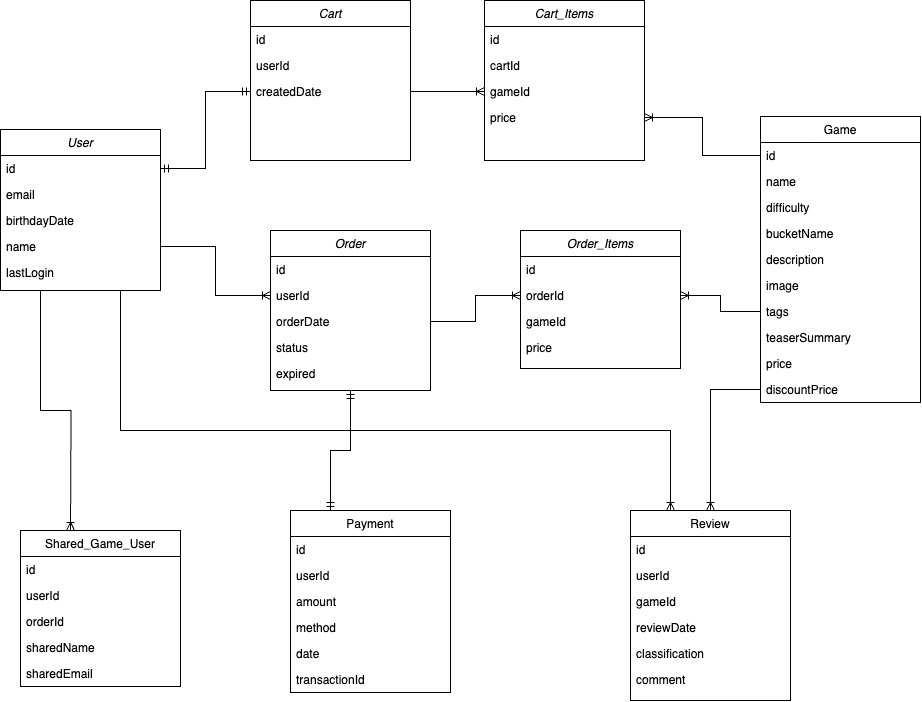
Before: main_db.drawio.png, a diagram exported from draw.io (tomasferreiradesa/desarquivados-platform-db-schema). Source tidied: cells renumbered, new cells last; positions are measured from the earlier drawing's top-left corner, leaving out a move shared by most shapes.
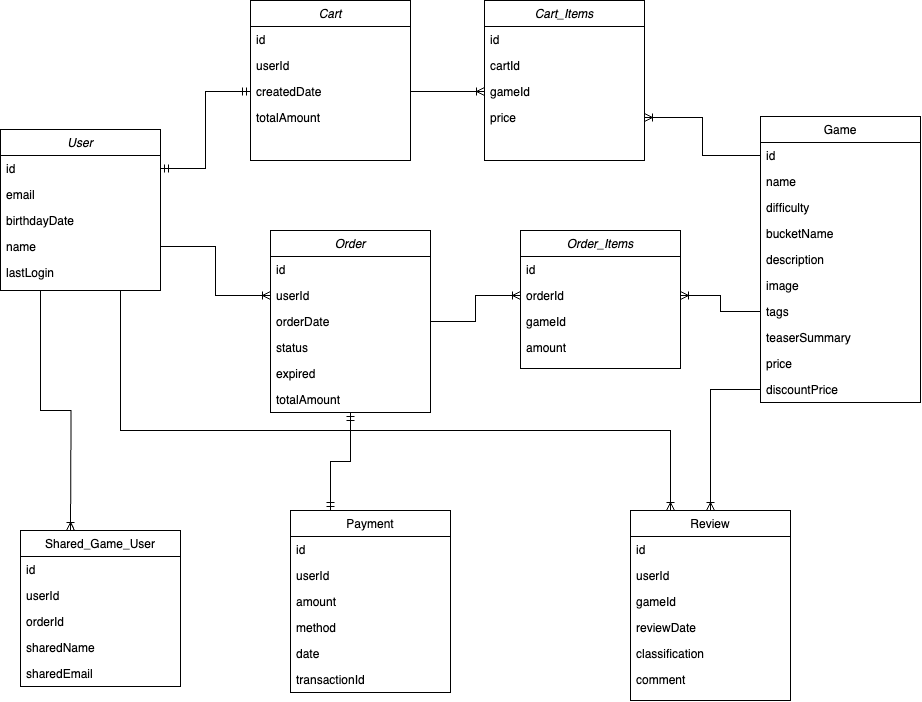
After the commit.

Diff of the diagram source:
```diff
@@ -3,7 +3,7 @@
     <mxCell id="0" />
     <mxCell id="1" parent="0" />
     <mxCell id="2" value="Order" style="swimlane;fontStyle=2;align=center;verticalAlign=top;horizontal=1;startSize=26;rounded=0;shadow=0;strokeWidth=1;" parent="1" vertex="1">
-      <mxGeometry x="270" y="230" width="160" height="160" as="geometry" />
+      <mxGeometry x="270" y="230" width="160" height="182" as="geometry" />
     </mxCell>
     <mxCell id="3" value="id" style="text;align=left;verticalAlign=top;spacingLeft=4;spacingRight=4;overflow=hidden;" parent="2" vertex="1">
       <mxGeometry y="26" width="160" height="26" as="geometry" />
@@ -20,6 +20,9 @@
     <mxCell id="7" value="expired" style="text;align=left;verticalAlign=top;spacingLeft=4;spacingRight=4;overflow=hidden;rounded=0;shadow=0;html=0;" parent="2" vertex="1">
       <mxGeometry y="130" width="160" height="26" as="geometry" />
     </mxCell>
+    <mxCell id="69" value="totalAmount" style="text;align=left;verticalAlign=top;spacingLeft=4;spacingRight=4;overflow=hidden;rounded=0;shadow=0;html=0;" parent="2" vertex="1">
+      <mxGeometry y="156" width="160" height="26" as="geometry" />
+    </mxCell>
     <mxCell id="8" value="Review" style="swimlane;fontStyle=0;align=center;verticalAlign=top;horizontal=1;startSize=26;rounded=0;shadow=0;strokeWidth=1;" parent="1" vertex="1">
       <mxGeometry x="630" y="510" width="160" height="190" as="geometry" />
     </mxCell>
@@ -122,7 +125,7 @@
     <mxCell id="41" value="gameId" style="text;align=left;verticalAlign=top;spacingLeft=4;spacingRight=4;overflow=hidden;rounded=0;shadow=0;html=0;" parent="38" vertex="1">
       <mxGeometry y="78" width="160" height="26" as="geometry" />
     </mxCell>
-    <mxCell id="42" value="price" style="text;align=left;verticalAlign=top;spacingLeft=4;spacingRight=4;overflow=hidden;rounded=0;shadow=0;html=0;" parent="38" vertex="1">
+    <mxCell id="42" value="amount" style="text;align=left;verticalAlign=top;spacingLeft=4;spacingRight=4;overflow=hidden;rounded=0;shadow=0;html=0;" parent="38" vertex="1">
       <mxGeometry y="104" width="160" height="26" as="geometry" />
     </mxCell>
     <mxCell id="43" value="Payment" style="swimlane;fontStyle=0;align=center;verticalAlign=top;horizontal=1;startSize=26;rounded=0;shadow=0;strokeWidth=1;" parent="1" vertex="1">
@@ -158,6 +161,9 @@
     <mxCell id="53" value="createdDate" style="text;align=left;verticalAlign=top;spacingLeft=4;spacingRight=4;overflow=hidden;points=[[0,0.5],[1,0.5]];portConstraint=eastwest;rounded=0;shadow=0;html=0;" parent="50" vertex="1">
       <mxGeometry y="78" width="160" height="26" as="geometry" />
     </mxCell>
+    <mxCell id="70" value="totalAmount" style="text;align=left;verticalAlign=top;spacingLeft=4;spacingRight=4;overflow=hidden;rounded=0;shadow=0;html=0;" parent="50" vertex="1">
+      <mxGeometry y="104" width="160" height="26" as="geometry" />
+    </mxCell>
     <mxCell id="54" value="Cart_Items" style="swimlane;fontStyle=2;align=center;verticalAlign=top;horizontal=1;startSize=26;rounded=0;shadow=0;strokeWidth=1;" parent="1" vertex="1">
       <mxGeometry x="484" width="160" height="160" as="geometry" />
     </mxCell>
```
